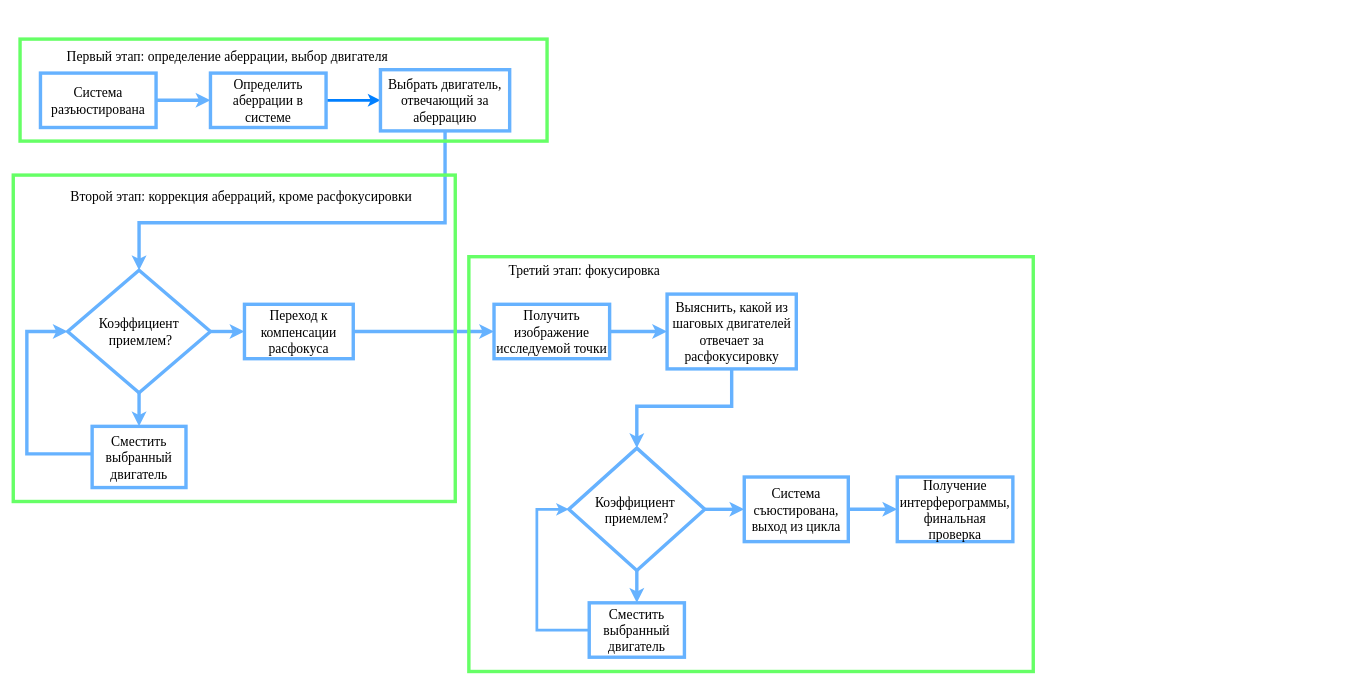
Above: алг.drawio in Armore27/learning (draw.io), before the change. Source tidied: cells renumbered, new cells numbered last; positions are measured from the earlier drawing's top-left corner, leaving out a move shared by most shapes. Both pictures are drawn from the tidied source at 68%, with x=0, y=0 at pixel (13, 32).
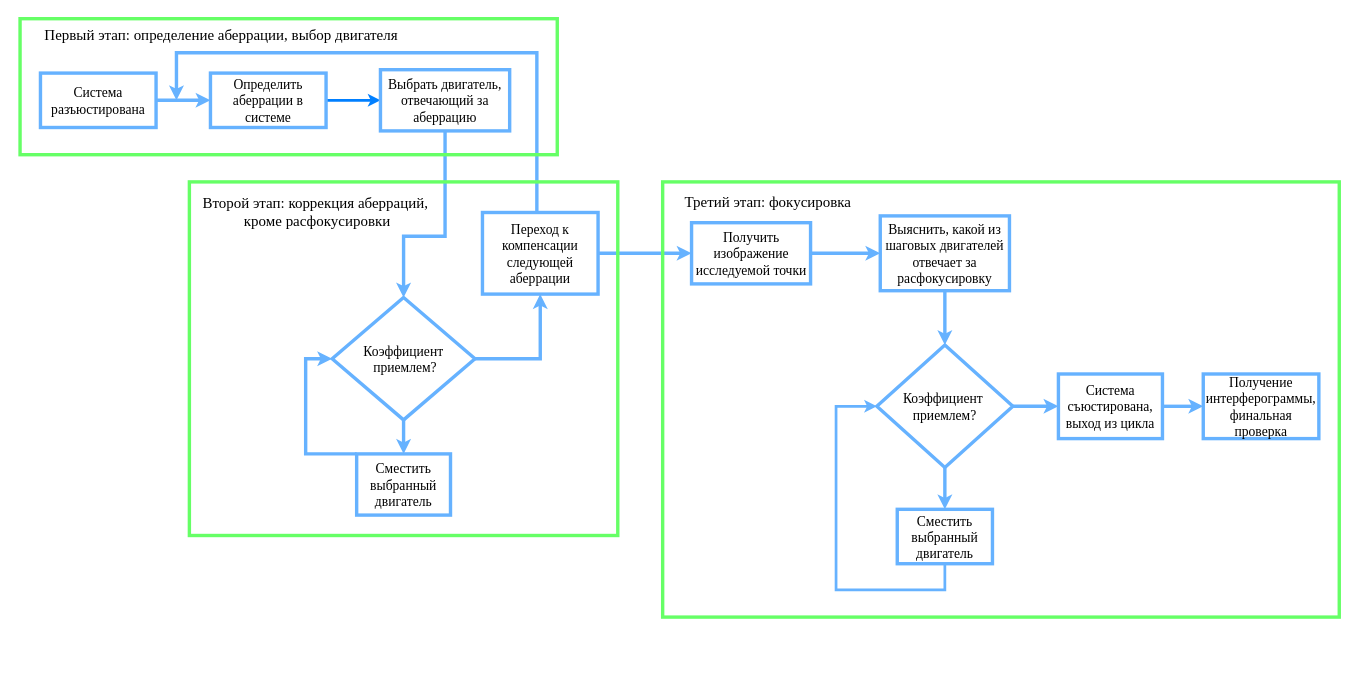
Above is the later version.

The change refers to these unchanged cells:
```xml
<mxCell id="7" value="&lt;font style=&quot;font-size: 20px&quot; face=&quot;Times New Roman&quot;&gt;Выбрать двигатель, отвечающий за аберрацию&lt;/font&gt;" style="rounded=0;whiteSpace=wrap;html=1;strokeColor=#66B2FF;strokeWidth=5;" parent="1" vertex="1">
  <mxGeometry x="540" y="55" width="190" height="90" as="geometry" />
</mxCell>
```

What changed in the source:
```diff
@@
     <mxCell id="6" style="edgeStyle=orthogonalEdgeStyle;rounded=0;jettySize=auto;html=1;entryX=0.5;entryY=0;entryDx=0;entryDy=0;strokeColor=#66B2FF;strokeWidth=5;" parent="1" edge="1" source="7" target="10">
       <mxGeometry relative="1" as="geometry">
         <Array as="points">
-          <mxPoint x="635" y="280" />
-          <mxPoint x="185" y="280" />
+          <mxPoint x="635" y="300" />
+          <mxPoint x="574" y="300" />
         </Array>
       </mxGeometry>
     </mxCell>
@@
-    <mxCell id="9" style="edgeStyle=orthogonalEdgeStyle;rounded=0;jettySize=auto;html=1;strokeColor=#66B2FF;strokeWidth=5;" parent="1" edge="1" source="10" target="14">
+    <mxCell id="9" style="edgeStyle=orthogonalEdgeStyle;rounded=0;jettySize=auto;html=1;strokeColor=#66B2FF;strokeWidth=5;entryX=0.5;entryY=1;entryDx=0;entryDy=0;" parent="1" edge="1" source="10" target="14">
       <mxGeometry relative="1" as="geometry" />
     </mxCell>
     <mxCell id="10" value="&lt;font face=&quot;Times New Roman&quot; style=&quot;font-size: 20px&quot;&gt;&lt;span&gt;Коэффициент &lt;/span&gt;&lt;br&gt;&lt;span&gt;&amp;nbsp;приемлем&lt;/span&gt;&lt;span&gt;?&lt;/span&gt;&lt;/font&gt;" style="rhombus;whiteSpace=wrap;html=1;strokeColor=#66B2FF;strokeWidth=5;" parent="1" vertex="1">
-      <mxGeometry x="80" y="350" width="210" height="180" as="geometry" />
+      <mxGeometry x="469" y="390" width="210" height="180" as="geometry" />
     </mxCell>
     <mxCell id="11" style="edgeStyle=orthogonalEdgeStyle;rounded=0;jettySize=auto;html=1;strokeColor=#66B2FF;strokeWidth=5;entryX=0;entryY=0.5;entryDx=0;entryDy=0;" parent="1" edge="1" source="12" target="10">
       <mxGeometry relative="1" as="geometry">
         <Array as="points">
-          <mxPoint x="20" y="620" />
-          <mxPoint x="20" y="440" />
+          <mxPoint x="430" y="620" />
+          <mxPoint x="430" y="480" />
         </Array>
       </mxGeometry>
     </mxCell>
     <mxCell id="12" value="&lt;font style=&quot;font-size: 20px&quot; face=&quot;Times New Roman&quot;&gt;Сместить выбранный двигатель&lt;/font&gt;" style="rounded=0;whiteSpace=wrap;html=1;strokeColor=#66B2FF;strokeWidth=5;" parent="1" vertex="1">
-      <mxGeometry x="116" y="579.5" width="138" height="90" as="geometry" />
+      <mxGeometry x="505" y="620" width="138" height="90" as="geometry" />
     </mxCell>
@@
+    <mxCell id="33" style="edgeStyle=orthogonalEdgeStyle;rounded=0;jettySize=auto;html=1;strokeWidth=5;strokeColor=#66B2FF;" parent="1" edge="1" source="14">
+      <mxGeometry relative="1" as="geometry">
+        <mxPoint x="240" y="100" as="targetPoint" />
+        <Array as="points">
+          <mxPoint x="770" y="30" />
+          <mxPoint x="240" y="30" />
+        </Array>
+      </mxGeometry>
+    </mxCell>
-    <mxCell id="14" value="&lt;font style=&quot;font-size: 20px&quot; face=&quot;Times New Roman&quot;&gt;Переход к компенсации расфокуса&lt;/font&gt;" style="rounded=0;whiteSpace=wrap;html=1;strokeColor=#66B2FF;strokeWidth=5;" parent="1" vertex="1">
-      <mxGeometry x="340" y="400" width="160" height="80" as="geometry" />
+    <mxCell id="14" value="&lt;font style=&quot;font-size: 20px&quot; face=&quot;Times New Roman&quot;&gt;Переход к компенсации следующей аберрации&lt;/font&gt;" style="rounded=0;whiteSpace=wrap;html=1;strokeColor=#66B2FF;strokeWidth=5;" parent="1" vertex="1">
+      <mxGeometry x="690" y="265" width="170" height="120" as="geometry" />
     </mxCell>
@@
     <mxCell id="16" value="&lt;font style=&quot;font-size: 20px&quot; face=&quot;Times New Roman&quot;&gt;Получить изображение исследуемой точки&lt;/font&gt;" style="rounded=0;whiteSpace=wrap;html=1;strokeColor=#66B2FF;strokeWidth=5;" parent="1" vertex="1">
-      <mxGeometry x="707" y="400" width="170" height="80" as="geometry" />
+      <mxGeometry x="997.5" y="280" width="175" height="90" as="geometry" />
     </mxCell>
-    <mxCell id="17" style="edgeStyle=orthogonalEdgeStyle;rounded=0;jettySize=auto;html=1;strokeColor=#66B2FF;strokeWidth=5;" parent="1" edge="1" source="18" target="21">
-      <mxGeometry relative="1" as="geometry">
-        <Array as="points">
-          <mxPoint x="1057" y="550" />
-          <mxPoint x="917" y="550" />
-        </Array>
-      </mxGeometry>
-    </mxCell>
+    <mxCell id="34" style="edgeStyle=orthogonalEdgeStyle;rounded=0;jettySize=auto;html=1;strokeColor=#66B2FF;strokeWidth=5;" parent="1" edge="1" source="18">
+      <mxGeometry relative="1" as="geometry">
+        <mxPoint x="1370" y="460" as="targetPoint" />
+      </mxGeometry>
+    </mxCell>
     <mxCell id="18" value="&lt;font style=&quot;font-size: 20px&quot; face=&quot;Times New Roman&quot;&gt;Выяснить, какой из шаговых двигателей отвечает за расфокусировку&lt;/font&gt;" style="rounded=0;whiteSpace=wrap;html=1;strokeColor=#66B2FF;strokeWidth=5;" parent="1" vertex="1">
-      <mxGeometry x="961.5" y="385" width="190" height="110" as="geometry" />
+      <mxGeometry x="1275" y="270" width="190" height="110" as="geometry" />
     </mxCell>
@@
     <mxCell id="21" value="&lt;font style=&quot;font-size: 20px&quot; face=&quot;Times New Roman&quot;&gt;&lt;span style=&quot;white-space: normal&quot;&gt;Коэффициент&amp;nbsp;&lt;/span&gt;&lt;br style=&quot;white-space: normal&quot;&gt;&lt;span style=&quot;white-space: normal&quot;&gt;приемлем?&lt;/span&gt;&lt;/font&gt;" style="rhombus;whiteSpace=wrap;html=1;strokeColor=#66B2FF;strokeWidth=5;" parent="1" vertex="1">
-      <mxGeometry x="817" y="611.5" width="200" height="180" as="geometry" />
+      <mxGeometry x="1270" y="460" width="200" height="180" as="geometry" />
     </mxCell>
     <mxCell id="22" style="edgeStyle=orthogonalEdgeStyle;rounded=0;jettySize=auto;html=1;strokeColor=#66B2FF;strokeWidth=4;entryX=0;entryY=0.5;entryDx=0;entryDy=0;" parent="1" edge="1" source="23" target="21">
       <mxGeometry relative="1" as="geometry">
         <Array as="points">
-          <mxPoint x="770" y="879" />
-          <mxPoint x="770" y="702" />
+          <mxPoint x="1370" y="820" />
+          <mxPoint x="1210" y="820" />
+          <mxPoint x="1210" y="550" />
         </Array>
       </mxGeometry>
     </mxCell>
     <mxCell id="23" value="&lt;span style=&quot;white-space: normal&quot;&gt;&lt;font style=&quot;font-size: 20px&quot; face=&quot;Times New Roman&quot;&gt;Сместить выбранный двигатель&lt;/font&gt;&lt;/span&gt;" style="rounded=0;whiteSpace=wrap;html=1;strokeColor=#66B2FF;strokeWidth=5;" parent="1" vertex="1">
-      <mxGeometry x="847" y="839" width="140" height="80" as="geometry" />
+      <mxGeometry x="1300" y="701.5" width="140" height="80" as="geometry" />
     </mxCell>
@@
     <mxCell id="25" value="&lt;span style=&quot;white-space: normal&quot;&gt;&lt;font style=&quot;font-size: 20px&quot; face=&quot;Times New Roman&quot;&gt;Система съюстирована, выход из цикла&lt;/font&gt;&lt;/span&gt;" style="rounded=0;whiteSpace=wrap;html=1;strokeColor=#66B2FF;strokeWidth=5;" parent="1" vertex="1">
-      <mxGeometry x="1075" y="654" width="153" height="95" as="geometry" />
+      <mxGeometry x="1537" y="502.5" width="153" height="95" as="geometry" />
     </mxCell>
     <mxCell id="26" value="&lt;span style=&quot;font-size: 20px ; white-space: normal&quot;&gt;&lt;font face=&quot;Times New Roman&quot;&gt;Получение интерферограммы,&lt;br&gt;финальная проверка&lt;/font&gt;&lt;/span&gt;" style="rounded=0;whiteSpace=wrap;html=1;strokeColor=#66B2FF;strokeWidth=5;" parent="1" vertex="1">
-      <mxGeometry x="1300" y="654" width="170" height="95" as="geometry" />
+      <mxGeometry x="1750" y="502.5" width="170" height="95" as="geometry" />
     </mxCell>
     <mxCell id="27" style="rounded=0;whiteSpace=wrap;html=1;strokeColor=#66FF66;strokeWidth=5;fillColor=none;" parent="1" vertex="1">
-      <mxGeometry y="210" width="650" height="480" as="geometry" />
+      <mxGeometry x="259" y="220" width="630" height="520" as="geometry" />
     </mxCell>
     <mxCell id="28" style="rounded=0;whiteSpace=wrap;html=1;strokeColor=#66FF66;strokeWidth=5;fillColor=none;" parent="1" vertex="1">
-      <mxGeometry x="670" y="330" width="830" height="610" as="geometry" />
+      <mxGeometry x="955" y="220" width="995" height="640" as="geometry" />
     </mxCell>
-    <mxCell id="29" value="&lt;font style=&quot;font-size: 20px&quot; face=&quot;Times New Roman&quot;&gt;Первый этап: определение аберрации, выбор двигателя&lt;/font&gt;" style="text;html=1;strokeColor=none;fillColor=none;align=center;verticalAlign=middle;whiteSpace=wrap;rounded=0;" parent="1" vertex="1">
-      <mxGeometry x="20" width="590" height="70" as="geometry" />
+    <mxCell id="29" value="&lt;font style=&quot;font-size: 22px&quot; face=&quot;Times New Roman&quot;&gt;Первый этап: определение аберрации, выбор двигателя&lt;/font&gt;" style="text;html=1;strokeColor=none;fillColor=none;align=center;verticalAlign=middle;whiteSpace=wrap;rounded=0;" parent="1" vertex="1">
+      <mxGeometry x="10.5" y="-30" width="590" height="70" as="geometry" />
     </mxCell>
-    <mxCell id="30" value="&lt;font style=&quot;font-size: 20px&quot; face=&quot;Times New Roman&quot;&gt;Второй этап: коррекция аберраций, кроме расфокусировки&lt;/font&gt;" style="text;html=1;strokeColor=none;fillColor=none;align=center;verticalAlign=middle;whiteSpace=wrap;rounded=0;" parent="1" vertex="1">
-      <mxGeometry x="50" y="200" width="571" height="80" as="geometry" />
+    <mxCell id="30" value="&lt;font style=&quot;font-size: 22px&quot; face=&quot;Times New Roman&quot;&gt;Второй этап: коррекция аберраций,&lt;br&gt;&amp;nbsp;кроме расфокусировки&lt;/font&gt;" style="text;html=1;strokeColor=none;fillColor=none;align=center;verticalAlign=middle;whiteSpace=wrap;rounded=0;" parent="1" vertex="1">
+      <mxGeometry x="159" y="225" width="571" height="80" as="geometry" />
     </mxCell>
-    <mxCell id="31" value="&lt;font style=&quot;font-size: 20px&quot; face=&quot;Times New Roman&quot;&gt;Третий этап: фокусировка&lt;/font&gt;" style="text;html=1;strokeColor=none;fillColor=none;align=center;verticalAlign=middle;whiteSpace=wrap;rounded=0;rotation=0;" parent="1" vertex="1">
-      <mxGeometry x="700" y="300" width="280" height="100" as="geometry" />
+    <mxCell id="31" value="&lt;font style=&quot;font-size: 22px&quot; face=&quot;Times New Roman&quot;&gt;Третий этап: фокусировка&lt;/font&gt;" style="text;html=1;strokeColor=none;fillColor=none;align=center;verticalAlign=middle;whiteSpace=wrap;rounded=0;rotation=0;" parent="1" vertex="1">
+      <mxGeometry x="970" y="200" width="280" height="100" as="geometry" />
     </mxCell>
     <mxCell id="32" style="rounded=0;whiteSpace=wrap;html=1;strokeColor=#66FF66;strokeWidth=5;fillColor=none;" parent="1" vertex="1">
-      <mxGeometry x="10" y="10" width="775" height="150" as="geometry" />
+      <mxGeometry x="10" y="-20" width="790" height="200" as="geometry" />
     </mxCell>
```
